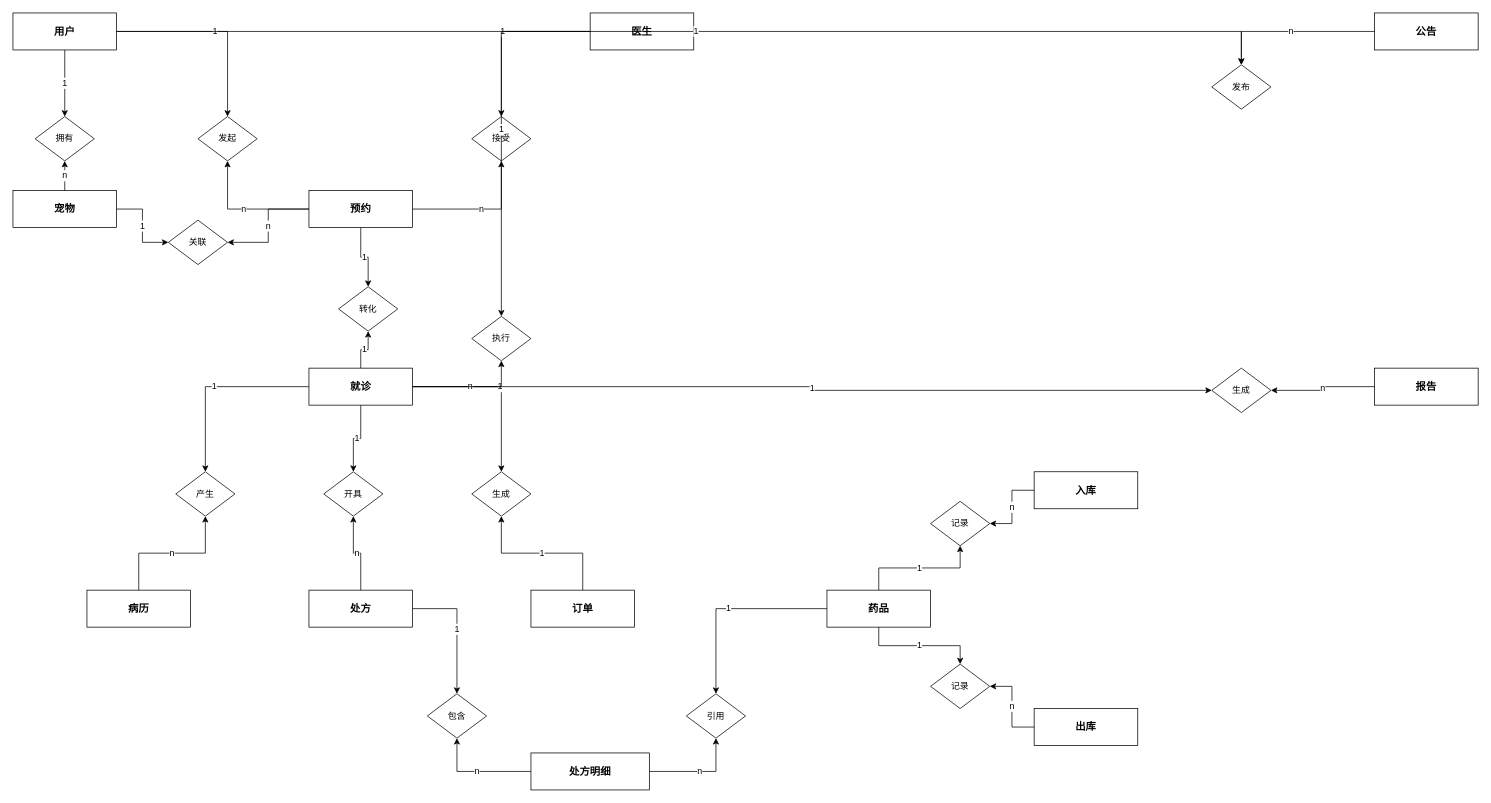
Before: page "图4.10 系统E-R图" (4 of 4) of 活动图+er图.drawio in wangziqi0409/drawio-sources, a draw.io diagram. Source tidied: cells renumbered, new cells numbered last; positions are measured from the earlier drawing's top-left corner, leaving out a move shared by most shapes. Both pictures are drawn from the tidied source at 74%, with x=0, y=0 at pixel (13, 13).
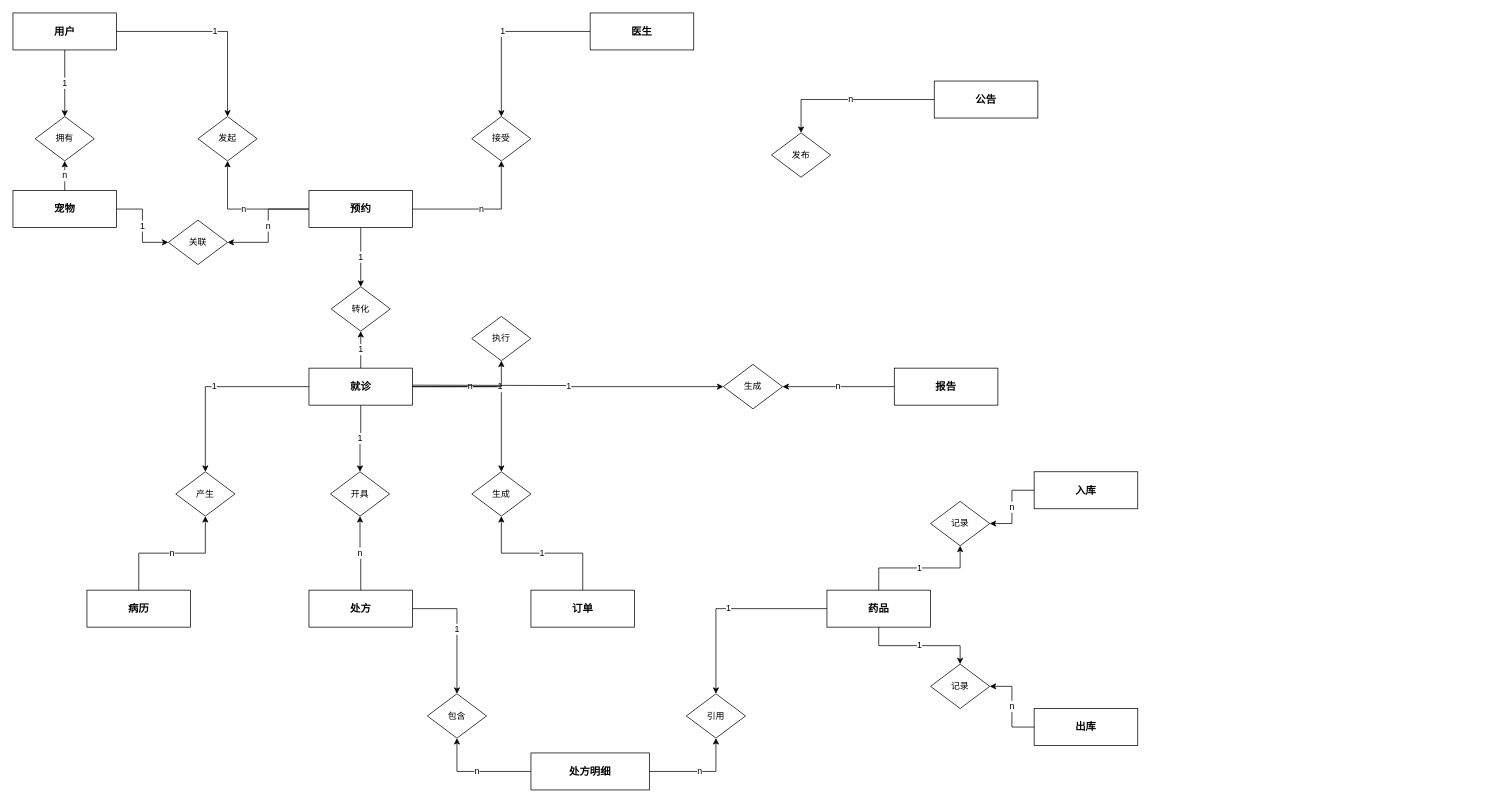
Above is the later version.

Commit message:
更新活动图+er图.drawio

The change refers to these unchanged cells:
```xml
<mxCell id="2" value="&lt;b&gt;用户&lt;/b&gt;" style="shape=rectangle;whiteSpace=wrap;html=1;rounded=0;fillColor=none;strokeColor=#000000;fontColor=#000000;fontFamily=Helvetica;fontSize=14;fontStyle=1;" parent="1" vertex="1">
  <mxGeometry width="140" height="50" as="geometry" />
</mxCell>
<mxCell id="3" value="&lt;b&gt;医生&lt;/b&gt;" style="shape=rectangle;whiteSpace=wrap;html=1;rounded=0;fillColor=none;strokeColor=#000000;fontColor=#000000;fontFamily=Helvetica;fontSize=14;fontStyle=1;" parent="1" vertex="1">
  <mxGeometry x="780" width="140" height="50" as="geometry" />
</mxCell>
<mxCell id="6" value="&lt;b&gt;就诊&lt;/b&gt;" style="shape=rectangle;whiteSpace=wrap;html=1;rounded=0;fillColor=none;strokeColor=#000000;fontColor=#000000;fontFamily=Helvetica;fontSize=14;fontStyle=1;" parent="1" vertex="1">
  <mxGeometry x="400" y="480" width="140" height="50" as="geometry" />
</mxCell>
<mxCell id="28" value="执行" style="shape=rhombus;whiteSpace=wrap;html=1;fillColor=none;strokeColor=#000000;fontColor=#000000;fontFamily=Helvetica;fontSize=12;" parent="1" vertex="1">
  <mxGeometry x="620" y="410" width="80" height="60" as="geometry" />
</mxCell>
```

What changed in the source:
```diff
@@
     <mxCell id="14" value="&lt;b&gt;公告&lt;/b&gt;" style="shape=rectangle;whiteSpace=wrap;html=1;rounded=0;fillColor=none;strokeColor=#000000;fontColor=#000000;fontFamily=Helvetica;fontSize=14;fontStyle=1;" parent="1" vertex="1">
-      <mxGeometry x="1840" width="140" height="50" as="geometry" />
+      <mxGeometry x="1245" y="92" width="140" height="50" as="geometry" />
     </mxCell>
     <mxCell id="15" value="&lt;b&gt;报告&lt;/b&gt;" style="shape=rectangle;whiteSpace=wrap;html=1;rounded=0;fillColor=none;strokeColor=#000000;fontColor=#000000;fontFamily=Helvetica;fontSize=14;fontStyle=1;" parent="1" vertex="1">
-      <mxGeometry x="1840" y="480" width="140" height="50" as="geometry" />
+      <mxGeometry x="1191" y="480" width="140" height="50" as="geometry" />
     </mxCell>
@@
     <mxCell id="20" value="转化" style="shape=rhombus;whiteSpace=wrap;html=1;fillColor=none;strokeColor=#000000;fontColor=#000000;fontFamily=Helvetica;fontSize=12;" parent="1" vertex="1">
-      <mxGeometry x="440" y="370" width="80" height="60" as="geometry" />
+      <mxGeometry x="430" y="370" width="80" height="60" as="geometry" />
     </mxCell>
@@
     <mxCell id="22" value="开具" style="shape=rhombus;whiteSpace=wrap;html=1;fillColor=none;strokeColor=#000000;fontColor=#000000;fontFamily=Helvetica;fontSize=12;" parent="1" vertex="1">
-      <mxGeometry x="420" y="620" width="80" height="60" as="geometry" />
+      <mxGeometry x="429" y="620" width="80" height="60" as="geometry" />
     </mxCell>
@@
     <mxCell id="29" value="发布" style="shape=rhombus;whiteSpace=wrap;html=1;fillColor=none;strokeColor=#000000;fontColor=#000000;fontFamily=Helvetica;fontSize=12;" parent="1" vertex="1">
-      <mxGeometry x="1620" y="70" width="80" height="60" as="geometry" />
+      <mxGeometry x="1025" y="162" width="80" height="60" as="geometry" />
     </mxCell>
     <mxCell id="30" value="生成" style="shape=rhombus;whiteSpace=wrap;html=1;fillColor=none;strokeColor=#000000;fontColor=#000000;fontFamily=Helvetica;fontSize=12;" parent="1" vertex="1">
-      <mxGeometry x="1620" y="480" width="80" height="60" as="geometry" />
+      <mxGeometry x="960" y="475" width="80" height="60" as="geometry" />
     </mxCell>
@@
-    <mxCell id="55" value="1" style="edgeStyle=orthogonalEdgeStyle;rounded=0;html=1;strokeColor=#000000;fontColor=#000000;fontFamily=Helvetica;fontSize=12;" parent="1" edge="1" source="3" target="28">
-      <mxGeometry relative="1" as="geometry" />
-    </mxCell>
@@
-    <mxCell id="57" value="1" style="edgeStyle=orthogonalEdgeStyle;rounded=0;html=1;strokeColor=#000000;fontColor=#000000;fontFamily=Helvetica;fontSize=12;" parent="1" edge="1" source="2" target="29">
-      <mxGeometry relative="1" as="geometry" />
-    </mxCell>
@@
-    <mxCell id="59" value="1" style="edgeStyle=orthogonalEdgeStyle;rounded=0;html=1;strokeColor=#000000;fontColor=#000000;fontFamily=Helvetica;fontSize=12;" parent="1" edge="1" source="6" target="30">
-      <mxGeometry relative="1" as="geometry" />
+    <mxCell id="59" value="1" style="edgeStyle=orthogonalEdgeStyle;rounded=0;html=1;strokeColor=#000000;fontColor=#000000;fontFamily=Helvetica;fontSize=12;entryX=0;entryY=0.5;entryDx=0;entryDy=0;" parent="1" edge="1" target="30">
+      <mxGeometry relative="1" as="geometry">
+        <mxPoint x="540" y="503" as="sourcePoint" />
+      </mxGeometry>
     </mxCell>
```
